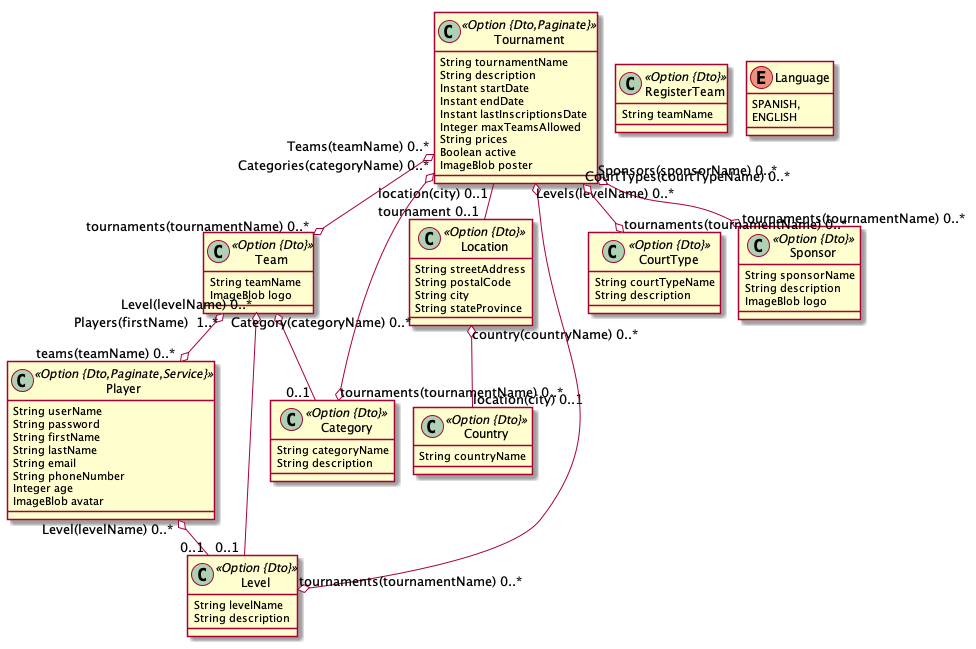
This is padel-tm-app-gpt.png from jjsanbra/padelTMApp, a PlantUML export, as it was before one commit.
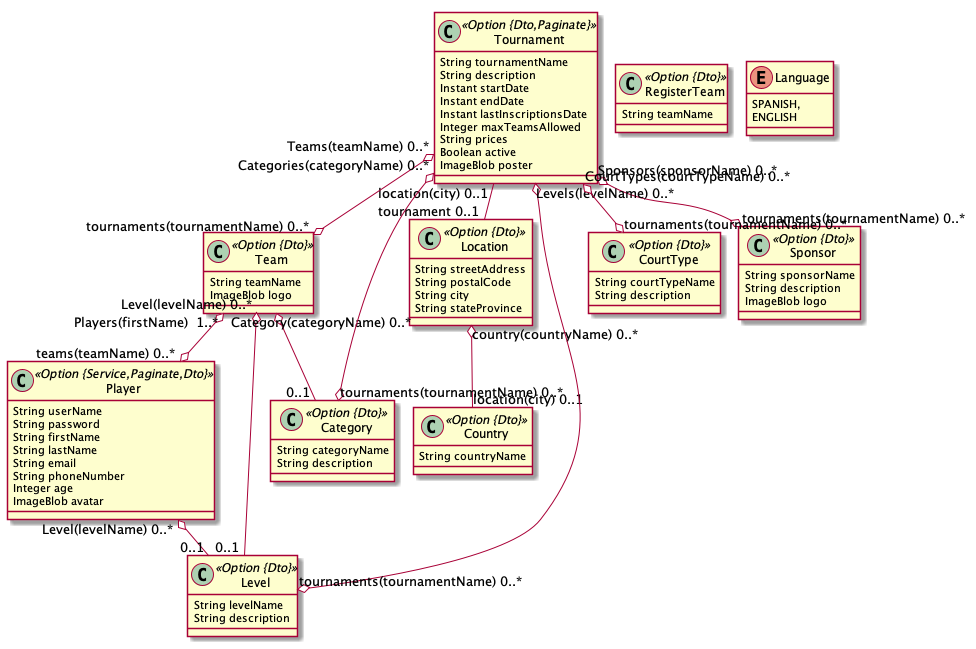
After the commit.

Diff of the diagram source:
```diff
@@ -12,7 +12,7 @@
 		Boolean active
 		ImageBlob poster
 	}
-	class Player <<Option {Dto,Paginate,Service}>> {
+	class Player <<Option {Service,Paginate,Dto}>> {
 		String userName
 		String password
 		String firstName
```
